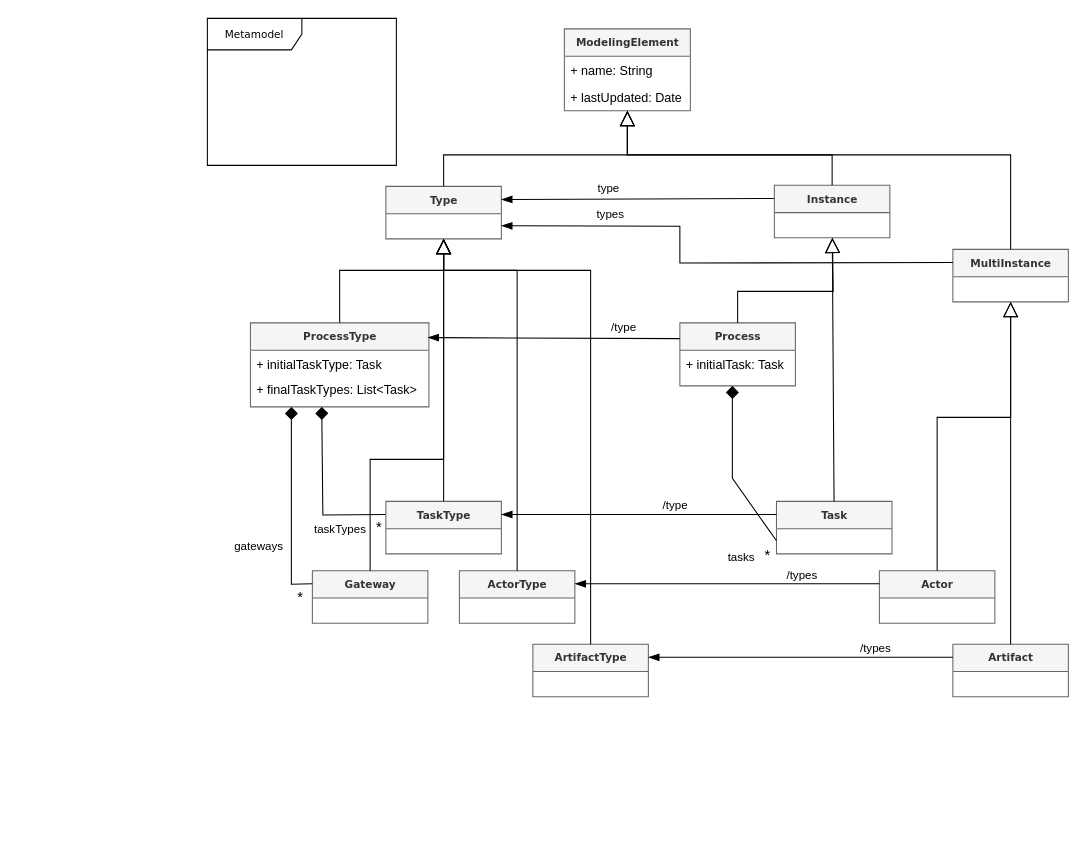
Before: Figures/Metamodel.drawio in labsticc-p4s/multi-process-challenge, a draw.io diagram. Source tidied: cells renumbered, new cells numbered last; positions are measured from the earlier drawing's top-left corner, leaving out a move shared by most shapes. Both pictures are drawn from the tidied source at 105%, with x=0, y=0 at pixel (207, 18).
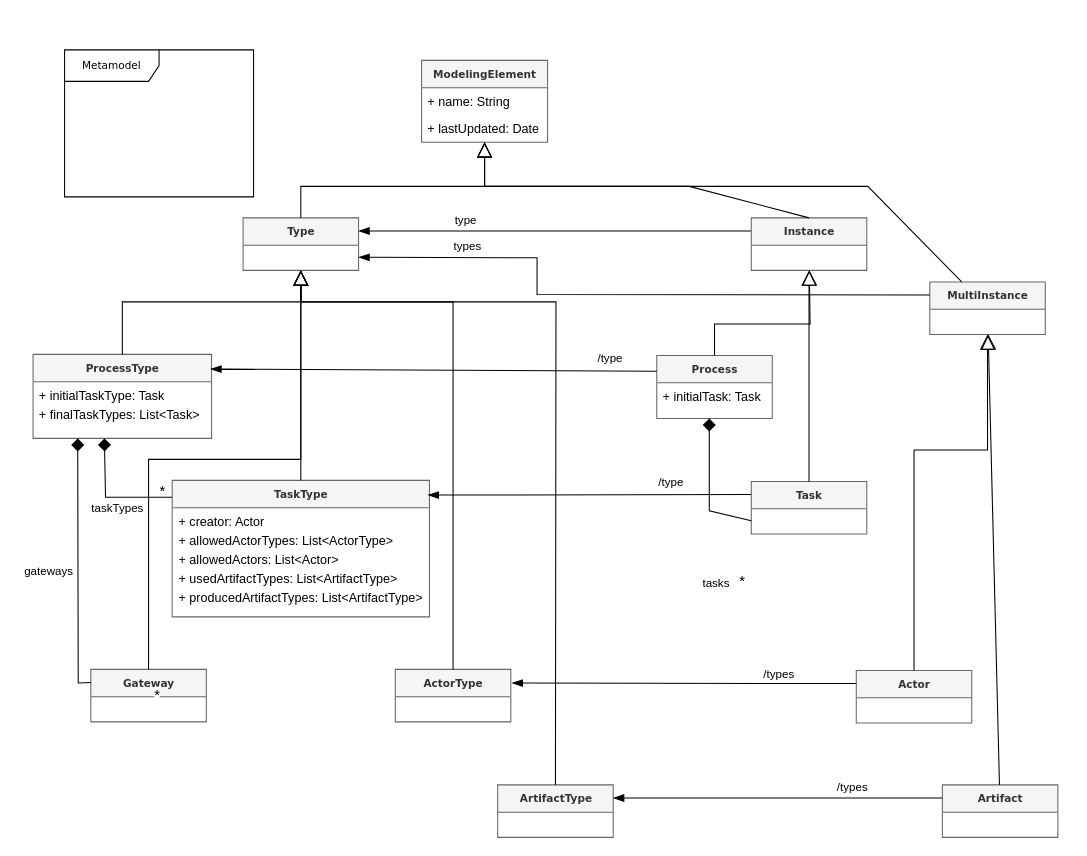
The same page after the edit.

Diff of the diagram source:
```diff
@@
+    <mxCell id="32" value="&lt;font style=&quot;font-size: 14px&quot;&gt;*&lt;/font&gt;" style="edgeLabel;html=1;align=left;verticalAlign=bottom;" parent="1" vertex="1">
+      <mxGeometry x="-51" y="475" as="geometry">
+        <mxPoint x="4" y="-15" as="offset" />
+      </mxGeometry>
+    </mxCell>
     <mxCell id="2" value="Metamodel" style="shape=umlFrame;whiteSpace=wrap;html=1;rounded=0;shadow=0;comic=0;labelBackgroundColor=none;strokeWidth=1;fontFamily=Verdana;fontSize=10;align=center;width=90;height=30;" parent="1" vertex="1">
-      <mxGeometry width="180" height="140" as="geometry" />
+      <mxGeometry x="-136" y="30" width="180" height="140" as="geometry" />
     </mxCell>
     <mxCell id="3" value="&lt;b&gt;ModelingElement&lt;/b&gt;" style="swimlane;html=1;fontStyle=0;horizontal=1;startSize=26;fillColor=#f5f5f5;swimlaneFillColor=#ffffff;rounded=0;shadow=0;comic=0;labelBackgroundColor=none;strokeWidth=1;fontFamily=Verdana;fontSize=10;align=center;strokeColor=#666666;fontColor=#333333;" parent="1" vertex="1">
-      <mxGeometry x="340" y="10" width="120" height="78" as="geometry" />
+      <mxGeometry x="204" y="40" width="120" height="78" as="geometry" />
     </mxCell>
@@
     <mxCell id="6" value="&lt;b&gt;Type&lt;/b&gt;" style="swimlane;html=1;fontStyle=0;horizontal=1;startSize=26;fillColor=#f5f5f5;swimlaneFillColor=#ffffff;rounded=0;shadow=0;comic=0;labelBackgroundColor=none;strokeWidth=1;fontFamily=Verdana;fontSize=10;align=center;strokeColor=#666666;fontColor=#333333;" parent="1" vertex="1">
-      <mxGeometry x="170" y="160" width="110" height="50" as="geometry" />
+      <mxGeometry x="34" y="190" width="110" height="50" as="geometry" />
     </mxCell>
@@
     <mxCell id="8" value="&lt;b&gt;Instance&lt;/b&gt;" style="swimlane;html=1;fontStyle=0;horizontal=1;startSize=26;fillColor=#f5f5f5;swimlaneFillColor=#ffffff;rounded=0;shadow=0;comic=0;labelBackgroundColor=none;strokeWidth=1;fontFamily=Verdana;fontSize=10;align=center;strokeColor=#666666;fontColor=#333333;" parent="1" vertex="1">
-      <mxGeometry x="540" y="159" width="110" height="50" as="geometry" />
+      <mxGeometry x="518" y="190" width="110" height="50" as="geometry" />
     </mxCell>
     <mxCell id="9" value="&lt;div&gt;&lt;b&gt;MultiInstance&lt;/b&gt;&lt;/div&gt;" style="swimlane;html=1;fontStyle=0;horizontal=1;startSize=26;fillColor=#f5f5f5;swimlaneFillColor=#ffffff;rounded=0;shadow=0;comic=0;labelBackgroundColor=none;strokeWidth=1;fontFamily=Verdana;fontSize=10;align=center;strokeColor=#666666;fontColor=#333333;" parent="1" vertex="1">
-      <mxGeometry x="710" y="220" width="110" height="50" as="geometry" />
+      <mxGeometry x="688" y="251" width="110" height="50" as="geometry" />
     </mxCell>
     <mxCell id="10" style="endArrow=block;endSize=12;endFill=0;html=1;exitX=0.5;exitY=0;exitDx=0;exitDy=0;rounded=0;" parent="1" edge="1" source="6" target="3">
       <mxGeometry relative="1" as="geometry">
         <Array as="points">
-          <mxPoint x="225" y="130" />
-          <mxPoint x="400" y="130" />
+          <mxPoint x="89" y="160" />
+          <mxPoint x="264" y="160" />
         </Array>
       </mxGeometry>
     </mxCell>
     <mxCell id="11" style="endArrow=block;endSize=12;endFill=0;html=1;exitX=0.5;exitY=0;exitDx=0;exitDy=0;rounded=0;" parent="1" edge="1" source="8" target="3">
       <mxGeometry relative="1" as="geometry">
         <Array as="points">
-          <mxPoint x="595" y="130" />
-          <mxPoint x="400" y="130" />
+          <mxPoint x="459" y="160" />
+          <mxPoint x="264" y="160" />
         </Array>
       </mxGeometry>
     </mxCell>
     <mxCell id="12" style="endArrow=block;endSize=12;endFill=0;html=1;rounded=0;" parent="1" edge="1" source="9" target="3">
       <mxGeometry relative="1" as="geometry">
         <Array as="points">
-          <mxPoint x="765" y="130" />
-          <mxPoint x="400" y="130" />
+          <mxPoint x="629" y="160" />
+          <mxPoint x="264" y="160" />
         </Array>
       </mxGeometry>
     </mxCell>
     <mxCell id="13" value="type" style="edgeLabel;html=1;align=left;verticalAlign=bottom;" parent="1" vertex="1">
-      <mxGeometry x="370" y="170" as="geometry" />
+      <mxGeometry x="234" y="200" as="geometry" />
     </mxCell>
     <mxCell id="14" style="edgeStyle=none;rounded=0;jettySize=auto;html=1;exitX=0;exitY=0.25;exitDx=0;exitDy=0;endArrow=blockThin;endFill=1;endSize=8;entryX=1;entryY=0.75;entryDx=0;entryDy=0;" parent="1" edge="1" source="9" target="6">
       <mxGeometry relative="1" as="geometry">
         <Array as="points">
-          <mxPoint x="450" y="233" />
-          <mxPoint x="450" y="198" />
+          <mxPoint x="314" y="263" />
+          <mxPoint x="314" y="228" />
         </Array>
       </mxGeometry>
     </mxCell>
     <mxCell id="15" value="types" style="edgeLabel;html=1;align=left;verticalAlign=bottom;" parent="1" vertex="1">
-      <mxGeometry x="365" y="210" as="geometry">
+      <mxGeometry x="229" y="240" as="geometry">
         <mxPoint x="4" y="-15" as="offset" />
       </mxGeometry>
     </mxCell>
     <mxCell id="16" value="&lt;b&gt;ProcessType&lt;/b&gt;" style="swimlane;html=1;fontStyle=0;horizontal=1;startSize=26;fillColor=#f5f5f5;swimlaneFillColor=#ffffff;rounded=0;shadow=0;comic=0;labelBackgroundColor=none;strokeWidth=1;fontFamily=Verdana;fontSize=10;align=center;strokeColor=#666666;fontColor=#333333;" parent="1" vertex="1">
-      <mxGeometry x="41" y="290" width="170" height="80" as="geometry" />
+      <mxGeometry x="-166" y="320" width="170" height="80" as="geometry" />
     </mxCell>
     <mxCell id="17" value="+ initialTaskType: Task" style="text;html=1;strokeColor=none;fillColor=none;align=left;verticalAlign=top;spacingLeft=4;spacingRight=4;whiteSpace=wrap;overflow=hidden;" parent="16" vertex="1">
-      <mxGeometry y="26" width="170" height="24" as="geometry" />
+      <mxGeometry y="26" width="170" height="18" as="geometry" />
     </mxCell>
     <mxCell id="18" value="&lt;div&gt;+ finalTaskTypes: List&amp;lt;Task&amp;gt;&lt;/div&gt;" style="text;html=1;strokeColor=none;fillColor=none;align=left;verticalAlign=top;spacingLeft=4;spacingRight=4;whiteSpace=wrap;overflow=hidden;" parent="16" vertex="1">
-      <mxGeometry y="50" width="170" height="30" as="geometry" />
+      <mxGeometry y="44" width="170" height="18" as="geometry" />
     </mxCell>
-    <mxCell id="19" style="edgeStyle=none;rounded=0;jettySize=auto;html=1;endArrow=none;endFill=0;endSize=10;startArrow=diamond;startFill=1;startSize=10;entryX=0;entryY=0.25;entryDx=0;entryDy=0;exitX=0.402;exitY=0.981;exitDx=0;exitDy=0;exitPerimeter=0;" parent="16" edge="1" target="21">
+    <mxCell id="19" style="edgeStyle=none;rounded=0;jettySize=auto;html=1;endArrow=none;endFill=0;endSize=10;startArrow=diamond;startFill=1;startSize=10;entryX=0.004;entryY=0.123;entryDx=0;entryDy=0;exitX=0.402;exitY=0.981;exitDx=0;exitDy=0;exitPerimeter=0;entryPerimeter=0;" parent="16" edge="1" target="21">
       <mxGeometry relative="1" as="geometry">
         <mxPoint x="67.9" y="80" as="sourcePoint" />
         <Array as="points">
-          <mxPoint x="69" y="183" />
+          <mxPoint x="69" y="136" />
         </Array>
       </mxGeometry>
     </mxCell>
     <mxCell id="20" style="endArrow=block;endSize=12;endFill=0;html=1;rounded=0;exitX=0.5;exitY=0;exitDx=0;exitDy=0;" parent="1" edge="1" source="16" target="6">
       <mxGeometry relative="1" as="geometry">
         <Array as="points">
-          <mxPoint x="126" y="240" />
-          <mxPoint x="225" y="240" />
+          <mxPoint x="-81" y="270" />
+          <mxPoint x="89" y="270" />
         </Array>
       </mxGeometry>
     </mxCell>
     <mxCell id="21" value="&lt;b&gt;TaskType&lt;/b&gt;" style="swimlane;html=1;fontStyle=0;horizontal=1;startSize=26;fillColor=#f5f5f5;swimlaneFillColor=#ffffff;rounded=0;shadow=0;comic=0;labelBackgroundColor=none;strokeWidth=1;fontFamily=Verdana;fontSize=10;align=center;strokeColor=#666666;fontColor=#333333;" parent="1" vertex="1">
-      <mxGeometry x="170" y="460" width="110" height="50" as="geometry" />
+      <mxGeometry x="-33.5" y="440" width="245" height="130" as="geometry" />
     </mxCell>
+    <mxCell id="54" value="+ creator: Actor" style="text;html=1;strokeColor=none;fillColor=none;align=left;verticalAlign=top;spacingLeft=4;spacingRight=4;whiteSpace=wrap;overflow=hidden;" parent="21" vertex="1">
+      <mxGeometry y="26" width="245" height="18" as="geometry" />
+    </mxCell>
+    <mxCell id="55" value="+ allowedActorTypes: List&amp;lt;ActorType&amp;gt;" style="text;html=1;strokeColor=none;fillColor=none;align=left;verticalAlign=top;spacingLeft=4;spacingRight=4;whiteSpace=wrap;overflow=hidden;" parent="21" vertex="1">
+      <mxGeometry y="44" width="245" height="18" as="geometry" />
+    </mxCell>
+    <mxCell id="56" value="+ allowedActors: List&amp;lt;Actor&amp;gt;" style="text;html=1;strokeColor=none;fillColor=none;align=left;verticalAlign=top;spacingLeft=4;spacingRight=4;whiteSpace=wrap;overflow=hidden;" parent="21" vertex="1">
+      <mxGeometry y="62" width="245" height="18" as="geometry" />
+    </mxCell>
+    <mxCell id="57" value="+ usedArtifactTypes: List&amp;lt;ArtifactType&amp;gt;" style="text;html=1;strokeColor=none;fillColor=none;align=left;verticalAlign=top;spacingLeft=4;spacingRight=4;whiteSpace=wrap;overflow=hidden;" parent="21" vertex="1">
+      <mxGeometry y="80" width="245" height="18" as="geometry" />
+    </mxCell>
+    <mxCell id="58" value="+ producedArtifactTypes: List&amp;lt;ArtifactType&amp;gt;" style="text;html=1;strokeColor=none;fillColor=none;align=left;verticalAlign=top;spacingLeft=4;spacingRight=4;whiteSpace=wrap;overflow=hidden;" parent="21" vertex="1">
+      <mxGeometry y="98" width="245" height="18" as="geometry" />
+    </mxCell>
@@
     <mxCell id="23" value="&lt;b&gt;Gateway&lt;/b&gt;" style="swimlane;html=1;fontStyle=0;horizontal=1;startSize=26;fillColor=#f5f5f5;swimlaneFillColor=#ffffff;rounded=0;shadow=0;comic=0;labelBackgroundColor=none;strokeWidth=1;fontFamily=Verdana;fontSize=10;align=center;strokeColor=#666666;fontColor=#333333;" parent="1" vertex="1">
-      <mxGeometry x="100" y="526" width="110" height="50" as="geometry" />
+      <mxGeometry x="-111" y="620" width="110" height="50" as="geometry" />
     </mxCell>
     <mxCell id="24" style="endArrow=block;endSize=12;endFill=0;html=1;rounded=0;exitX=0.5;exitY=0;exitDx=0;exitDy=0;" parent="1" edge="1" source="23" target="6">
       <mxGeometry relative="1" as="geometry">
         <Array as="points">
-          <mxPoint x="155" y="420" />
-          <mxPoint x="225" y="420" />
+          <mxPoint x="-56" y="420" />
+          <mxPoint x="89" y="420" />
         </Array>
       </mxGeometry>
     </mxCell>
-    <mxCell id="25" style="edgeStyle=none;rounded=0;jettySize=auto;html=1;endArrow=none;endFill=0;endSize=10;startArrow=diamond;startFill=1;startSize=10;entryX=0;entryY=0.25;entryDx=0;entryDy=0;" parent="1" edge="1" target="23">
+    <mxCell id="25" style="edgeStyle=none;rounded=0;jettySize=auto;html=1;endArrow=none;endFill=0;endSize=10;startArrow=diamond;startFill=1;startSize=10;entryX=0;entryY=0.25;entryDx=0;entryDy=0;exitX=0.25;exitY=1;exitDx=0;exitDy=0;" parent="1" edge="1" source="16" target="23">
       <mxGeometry relative="1" as="geometry">
-        <mxPoint x="80" y="370" as="sourcePoint" />
         <Array as="points">
-          <mxPoint x="80" y="539" />
+          <mxPoint x="-123" y="633" />
         </Array>
       </mxGeometry>
     </mxCell>
     <mxCell id="26" value="&lt;b&gt;ActorType&lt;/b&gt;" style="swimlane;html=1;fontStyle=0;horizontal=1;startSize=26;fillColor=#f5f5f5;swimlaneFillColor=#ffffff;rounded=0;shadow=0;comic=0;labelBackgroundColor=none;strokeWidth=1;fontFamily=Verdana;fontSize=10;align=center;strokeColor=#666666;fontColor=#333333;" parent="1" vertex="1">
-      <mxGeometry x="240" y="526" width="110" height="50" as="geometry" />
+      <mxGeometry x="179" y="620" width="110" height="50" as="geometry" />
     </mxCell>
     <mxCell id="27" value="&lt;div&gt;&lt;b&gt;ArtifactType&lt;/b&gt;&lt;/div&gt;" style="swimlane;html=1;fontStyle=0;horizontal=1;startSize=26;fillColor=#f5f5f5;swimlaneFillColor=#ffffff;rounded=0;shadow=0;comic=0;labelBackgroundColor=none;strokeWidth=1;fontFamily=Verdana;fontSize=10;align=center;strokeColor=#666666;fontColor=#333333;" parent="1" vertex="1">
-      <mxGeometry x="310" y="596" width="110" height="50" as="geometry" />
+      <mxGeometry x="276.5" y="730" width="110" height="50" as="geometry" />
     </mxCell>
     <mxCell id="28" style="endArrow=block;endSize=12;endFill=0;html=1;rounded=0;exitX=0.5;exitY=0;exitDx=0;exitDy=0;" parent="1" edge="1" source="26" target="6">
       <mxGeometry relative="1" as="geometry">
         <Array as="points">
-          <mxPoint x="295" y="240" />
-          <mxPoint x="225" y="240" />
+          <mxPoint x="234" y="270" />
+          <mxPoint x="89" y="270" />
         </Array>
       </mxGeometry>
     </mxCell>
     <mxCell id="29" style="endArrow=block;endSize=12;endFill=0;html=1;rounded=0;exitX=0.5;exitY=0;exitDx=0;exitDy=0;" parent="1" edge="1" source="27" target="6">
       <mxGeometry relative="1" as="geometry">
         <Array as="points">
-          <mxPoint x="365" y="240" />
-          <mxPoint x="225" y="240" />
+          <mxPoint x="332" y="270" />
+          <mxPoint x="89" y="270" />
         </Array>
       </mxGeometry>
     </mxCell>
     <mxCell id="30" value="gateways" style="edgeLabel;html=1;align=left;verticalAlign=bottom;" parent="1" vertex="1">
-      <mxGeometry x="20" y="526" as="geometry">
+      <mxGeometry x="-180" y="550" as="geometry">
         <mxPoint x="4" y="-15" as="offset" />
       </mxGeometry>
     </mxCell>
     <mxCell id="31" value="&lt;font style=&quot;font-size: 14px&quot;&gt;*&lt;/font&gt;" style="edgeLabel;html=1;align=left;verticalAlign=bottom;" parent="1" vertex="1">
-      <mxGeometry x="80" y="576" as="geometry">
+      <mxGeometry x="-56" y="670" as="geometry">
         <mxPoint x="4" y="-15" as="offset" />
       </mxGeometry>
     </mxCell>
-    <mxCell id="32" value="&lt;font style=&quot;font-size: 14px&quot;&gt;*&lt;/font&gt;" style="edgeLabel;html=1;align=left;verticalAlign=bottom;" parent="1" vertex="1">
-      <mxGeometry x="155" y="510" as="geometry">
-        <mxPoint x="4" y="-15" as="offset" />
-      </mxGeometry>
-    </mxCell>
     <mxCell id="33" value="taskTypes" style="edgeLabel;html=1;align=left;verticalAlign=bottom;" parent="1" vertex="1">
-      <mxGeometry x="96" y="510" as="geometry">
+      <mxGeometry x="-116" y="490" as="geometry">
         <mxPoint x="4" y="-15" as="offset" />
       </mxGeometry>
     </mxCell>
     <mxCell id="34" value="&lt;b&gt;Process&lt;/b&gt;" style="swimlane;html=1;fontStyle=0;horizontal=1;startSize=26;fillColor=#f5f5f5;swimlaneFillColor=#ffffff;rounded=0;shadow=0;comic=0;labelBackgroundColor=none;strokeWidth=1;fontFamily=Verdana;fontSize=10;align=center;strokeColor=#666666;fontColor=#333333;" parent="1" vertex="1">
-      <mxGeometry x="450" y="290" width="110" height="60" as="geometry" />
+      <mxGeometry x="428" y="321" width="110" height="60" as="geometry" />
     </mxCell>
@@
     <mxCell id="37" value="/type" style="edgeLabel;html=1;align=left;verticalAlign=bottom;" parent="1" vertex="1">
-      <mxGeometry x="383" y="302" as="geometry" />
+      <mxGeometry x="370" y="332" as="geometry" />
     </mxCell>
     <mxCell id="38" value="&lt;b&gt;Task&lt;/b&gt;" style="swimlane;html=1;fontStyle=0;horizontal=1;startSize=26;fillColor=#f5f5f5;swimlaneFillColor=#ffffff;rounded=0;shadow=0;comic=0;labelBackgroundColor=none;strokeWidth=1;fontFamily=Verdana;fontSize=10;align=center;strokeColor=#666666;fontColor=#333333;" parent="1" vertex="1">
-      <mxGeometry x="542" y="460" width="110" height="50" as="geometry" />
+      <mxGeometry x="518" y="441" width="110" height="50" as="geometry" />
     </mxCell>
     <mxCell id="39" style="edgeStyle=none;rounded=0;jettySize=auto;html=1;endArrow=none;endFill=0;endSize=10;startArrow=diamond;startFill=1;startSize=10;entryX=0;entryY=0.75;entryDx=0;entryDy=0;" parent="1" edge="1" target="38">
       <mxGeometry relative="1" as="geometry">
-        <mxPoint x="500" y="350" as="sourcePoint" />
+        <mxPoint x="478" y="381" as="sourcePoint" />
         <Array as="points">
-          <mxPoint x="500" y="438" />
+          <mxPoint x="478" y="469" />
         </Array>
       </mxGeometry>
     </mxCell>
     <mxCell id="40" value="&lt;font style=&quot;font-size: 14px&quot;&gt;*&lt;/font&gt;" style="edgeLabel;html=1;align=left;verticalAlign=bottom;" parent="1" vertex="1">
-      <mxGeometry x="525" y="536" as="geometry">
+      <mxGeometry x="500.5" y="561" as="geometry">
         <mxPoint x="4" y="-15" as="offset" />
       </mxGeometry>
     </mxCell>
     <mxCell id="41" value="tasks" style="edgeLabel;html=1;align=left;verticalAlign=bottom;" parent="1" vertex="1">
-      <mxGeometry x="490" y="536" as="geometry">
+      <mxGeometry x="465.5" y="561" as="geometry">
         <mxPoint x="4" y="-15" as="offset" />
       </mxGeometry>
     </mxCell>
-    <mxCell id="42" style="edgeStyle=none;rounded=0;jettySize=auto;html=1;exitX=0;exitY=0.25;exitDx=0;exitDy=0;entryX=1;entryY=0.25;entryDx=0;entryDy=0;endArrow=blockThin;endFill=1;endSize=8;" parent="1" edge="1" source="38" target="21">
-      <mxGeometry relative="1" as="geometry" />
+    <mxCell id="42" style="edgeStyle=none;rounded=0;jettySize=auto;html=1;exitX=0;exitY=0.25;exitDx=0;exitDy=0;endArrow=blockThin;endFill=1;endSize=8;" parent="1" edge="1" source="38">
+      <mxGeometry relative="1" as="geometry">
+        <mxPoint x="210" y="454" as="targetPoint" />
+      </mxGeometry>
     </mxCell>
     <mxCell id="43" value="/type" style="edgeLabel;html=1;align=left;verticalAlign=bottom;" parent="1" vertex="1">
-      <mxGeometry x="432" y="472" as="geometry" />
+      <mxGeometry x="428" y="450" as="geometry" />
     </mxCell>
     <mxCell id="44" value="&lt;b&gt;Actor&lt;/b&gt;" style="swimlane;html=1;fontStyle=0;horizontal=1;startSize=26;fillColor=#f5f5f5;swimlaneFillColor=#ffffff;rounded=0;shadow=0;comic=0;labelBackgroundColor=none;strokeWidth=1;fontFamily=Verdana;fontSize=10;align=center;strokeColor=#666666;fontColor=#333333;" parent="1" vertex="1">
-      <mxGeometry x="640" y="526" width="110" height="50" as="geometry" />
+      <mxGeometry x="618" y="621" width="110" height="50" as="geometry" />
     </mxCell>
-    <mxCell id="45" style="edgeStyle=none;rounded=0;jettySize=auto;html=1;exitX=0;exitY=0.25;exitDx=0;exitDy=0;entryX=1;entryY=0.25;entryDx=0;entryDy=0;endArrow=blockThin;endFill=1;endSize=8;" parent="1" edge="1" source="44">
+    <mxCell id="45" style="edgeStyle=none;rounded=0;jettySize=auto;html=1;exitX=0;exitY=0.25;exitDx=0;exitDy=0;endArrow=blockThin;endFill=1;endSize=8;" parent="1" edge="1" source="44">
       <mxGeometry relative="1" as="geometry">
-        <mxPoint x="350" y="538.5" as="targetPoint" />
+        <mxPoint x="290" y="633" as="targetPoint" />
       </mxGeometry>
     </mxCell>
     <mxCell id="46" value="/types" style="edgeLabel;html=1;align=left;verticalAlign=bottom;" parent="1" vertex="1">
-      <mxGeometry x="550" y="538" as="geometry" />
+      <mxGeometry x="528" y="633" as="geometry" />
     </mxCell>
     <mxCell id="47" value="&lt;b&gt;Artifact&lt;/b&gt;" style="swimlane;html=1;fontStyle=0;horizontal=1;startSize=26;fillColor=#f5f5f5;swimlaneFillColor=#ffffff;rounded=0;shadow=0;comic=0;labelBackgroundColor=none;strokeWidth=1;fontFamily=Verdana;fontSize=10;align=center;strokeColor=#666666;fontColor=#333333;" parent="1" vertex="1">
-      <mxGeometry x="710" y="596" width="110" height="50" as="geometry" />
+      <mxGeometry x="700" y="730" width="110" height="50" as="geometry" />
     </mxCell>
-    <mxCell id="48" style="edgeStyle=none;rounded=0;jettySize=auto;html=1;exitX=0;exitY=0.25;exitDx=0;exitDy=0;entryX=1;entryY=0.25;entryDx=0;entryDy=0;endArrow=blockThin;endFill=1;endSize=8;" parent="1" edge="1" source="47">
-      <mxGeometry relative="1" as="geometry">
-        <mxPoint x="420" y="608.5" as="targetPoint" />
-      </mxGeometry>
+    <mxCell id="48" style="edgeStyle=none;rounded=0;jettySize=auto;html=1;exitX=0;exitY=0.25;exitDx=0;exitDy=0;entryX=1;entryY=0.25;entryDx=0;entryDy=0;endArrow=blockThin;endFill=1;endSize=8;" parent="1" edge="1" source="47" target="27">
+      <mxGeometry relative="1" as="geometry" />
     </mxCell>
     <mxCell id="49" value="/types" style="edgeLabel;html=1;align=left;verticalAlign=bottom;" parent="1" vertex="1">
-      <mxGeometry x="620" y="608" as="geometry" />
+      <mxGeometry x="598" y="740" as="geometry" />
     </mxCell>
     <mxCell id="50" style="endArrow=block;endSize=12;endFill=0;html=1;rounded=0;exitX=0.5;exitY=0;exitDx=0;exitDy=0;" parent="1" edge="1" source="34" target="8">
       <mxGeometry relative="1" as="geometry">
         <Array as="points">
-          <mxPoint x="505" y="260" />
-          <mxPoint x="596" y="260" />
+          <mxPoint x="483" y="291" />
+          <mxPoint x="574" y="291" />
         </Array>
       </mxGeometry>
     </mxCell>
@@
     <mxCell id="52" style="endArrow=block;endSize=12;endFill=0;html=1;rounded=0;" parent="1" edge="1" source="44" target="9">
       <mxGeometry relative="1" as="geometry">
         <Array as="points">
-          <mxPoint x="695" y="380" />
-          <mxPoint x="765" y="380" />
+          <mxPoint x="673" y="411" />
+          <mxPoint x="743" y="411" />
         </Array>
       </mxGeometry>
     </mxCell>
```
